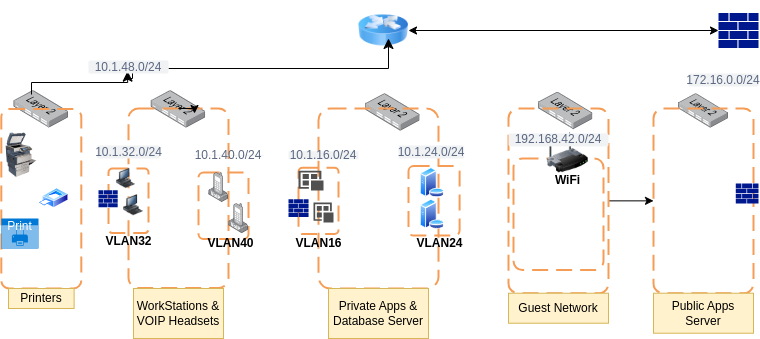
The draw.io diagram secured_network_topology.drawio.png in MwarumbaH-5523/Secured_Networks_Topology, before a commit. Source tidied: cells renumbered, new cells last; positions are measured from the earlier drawing's top-left corner, leaving out a move shared by most shapes.
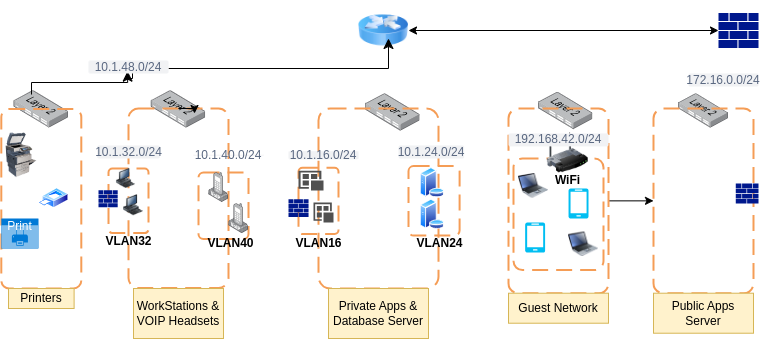
After the commit.

Change to the diagram source:
```diff
@@ -175,5 +175,17 @@
     <mxCell id="56" style="image;perimeter=ellipsePerimeter;html=1;align=center;shadow=0;dashed=0;spacingTop=3;image=img/lib/active_directory/database_server.svg;" parent="1" vertex="1">
       <mxGeometry x="418.6" y="167.2" width="24.6" height="30" as="geometry" />
     </mxCell>
+    <mxCell id="57" style="image;html=1;image=img/lib/clip_art/computers/Laptop_128x128.png;" parent="1" vertex="1">
+      <mxGeometry x="567" y="228.8" width="30" height="30" as="geometry" />
+    </mxCell>
+    <mxCell id="58" style="image;html=1;image=img/lib/clip_art/computers/Laptop_128x128.png;" parent="1" vertex="1">
+      <mxGeometry x="517" y="170.3" width="30" height="30" as="geometry" />
+    </mxCell>
+    <mxCell id="59" style="verticalLabelPosition=bottom;html=1;verticalAlign=top;align=center;strokeColor=none;fillColor=#00BEF2;shape=mxgraph.azure.mobile;" parent="1" vertex="1">
+      <mxGeometry x="567" y="188" width="20" height="30" as="geometry" />
+    </mxCell>
+    <mxCell id="60" style="verticalLabelPosition=bottom;html=1;verticalAlign=top;align=center;strokeColor=none;fillColor=#00BEF2;shape=mxgraph.azure.mobile;" parent="1" vertex="1">
+      <mxGeometry x="523.6" y="222.1" width="20" height="30" as="geometry" />
+    </mxCell>
   </root>
 </mxGraphModel>
```
